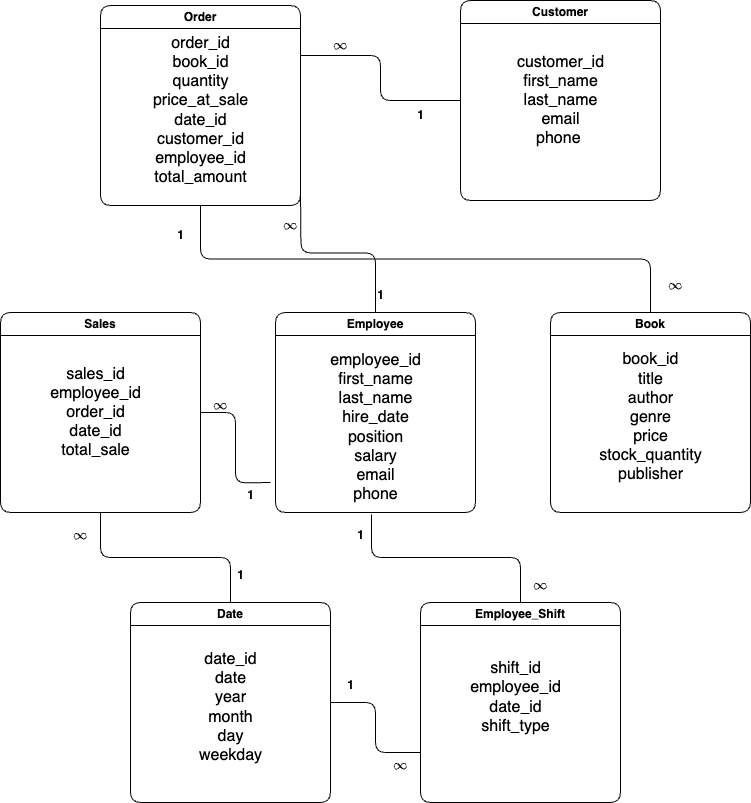
Grace-talent/sql keeps this draw.io diagram as 02_activities/assignments/Assignment_SQL_Q1&2.drawio.png. Above is the earlier version. Source tidied: cells renumbered, new cells last; positions are measured from the earlier drawing's top-left corner, leaving out a move shared by most shapes.
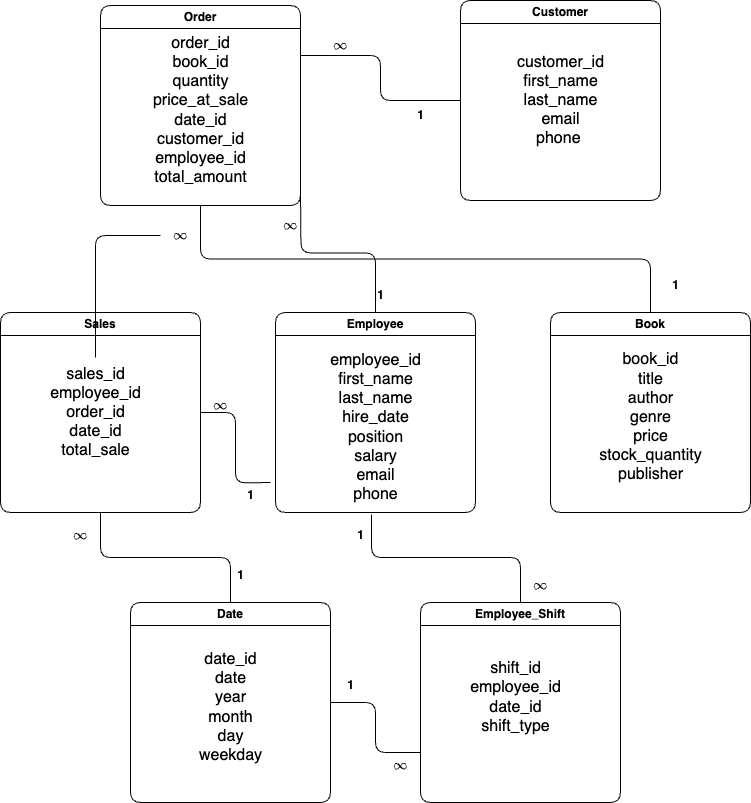
Above is the later version.

Change to the diagram source:
```diff
@@ -87,8 +87,8 @@
     <mxCell id="28" value="`oo`" style="text;html=1;align=center;verticalAlign=middle;strokeColor=none;fillColor=none;fontFamily=Helvetica;fontSize=12;fontColor=default;fontStyle=1;" parent="1" vertex="1">
       <mxGeometry x="380" y="750" width="40" height="30" as="geometry" />
     </mxCell>
-    <mxCell id="29" value="`oo`" style="text;html=1;align=center;verticalAlign=middle;strokeColor=none;fillColor=none;fontFamily=Helvetica;fontSize=12;fontColor=default;fontStyle=1;" parent="1" vertex="1">
-      <mxGeometry x="655" y="270" width="40" height="30" as="geometry" />
+    <mxCell id="29" value="1" style="text;html=1;align=center;verticalAlign=middle;strokeColor=none;fillColor=none;fontFamily=Helvetica;fontSize=12;fontColor=default;fontStyle=1;" parent="1" vertex="1">
+      <mxGeometry x="660" y="270" width="30" height="30" as="geometry" />
     </mxCell>
     <mxCell id="30" value="1" style="text;html=1;align=center;verticalAlign=middle;strokeColor=none;fillColor=none;fontFamily=Helvetica;fontSize=12;fontColor=default;fontStyle=1;" parent="1" vertex="1">
       <mxGeometry x="225" y="560" width="30" height="30" as="geometry" />
@@ -96,8 +96,11 @@
     <mxCell id="31" value="`oo`" style="text;html=1;align=center;verticalAlign=middle;strokeColor=none;fillColor=none;fontFamily=Helvetica;fontSize=12;fontColor=default;fontStyle=1;" parent="1" vertex="1">
       <mxGeometry x="60" y="520" width="40" height="30" as="geometry" />
     </mxCell>
+    <mxCell id="37" style="edgeStyle=orthogonalEdgeStyle;shape=connector;curved=0;rounded=1;jumpSize=0;jettySize=auto;html=1;strokeColor=default;strokeWidth=1;align=center;verticalAlign=middle;fontFamily=Helvetica;fontSize=12;fontColor=default;fontStyle=1;labelBackgroundColor=default;startArrow=none;startFill=0;startSize=0;endArrow=none;endFill=0;endSize=0;" parent="1" edge="1" source="32" target="16">
+      <mxGeometry relative="1" as="geometry" />
+    </mxCell>
-    <mxCell id="32" value="1" style="text;html=1;align=center;verticalAlign=middle;points=[];strokeColor=none;fillColor=none;fontFamily=Helvetica;fontSize=12;fontColor=default;fontStyle=1;" parent="1" vertex="1">
-      <mxGeometry x="165" y="220" width="30" height="30" as="geometry" />
+    <mxCell id="32" value="`oo`" style="text;html=1;align=center;verticalAlign=middle;points=[];strokeColor=none;fillColor=none;fontFamily=Helvetica;fontSize=12;fontColor=default;fontStyle=1;" parent="1" vertex="1">
+      <mxGeometry x="160" y="220" width="40" height="30" as="geometry" />
     </mxCell>
     <mxCell id="33" value="`oo`" style="text;html=1;align=center;verticalAlign=middle;strokeColor=none;fillColor=none;fontFamily=Helvetica;fontSize=12;fontColor=default;fontStyle=1;" parent="1" vertex="1">
       <mxGeometry x="320" y="30" width="40" height="30" as="geometry" />
```
